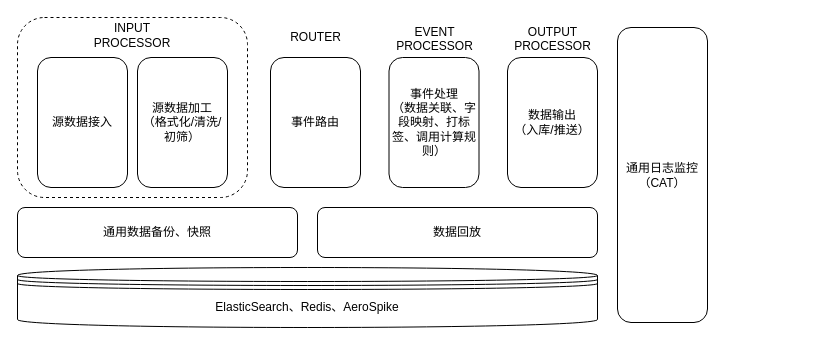
Earlier version of the draw.io diagram page "Page-2" (2 of 4) of 数据中台.drawio (michael0817/wing). Source tidied: cells renumbered, new cells numbered last; positions are measured from the earlier drawing's top-left corner, leaving out a move shared by most shapes. Both pictures are drawn from the tidied source at 100%, with x=0, y=0 at pixel (17, 17).
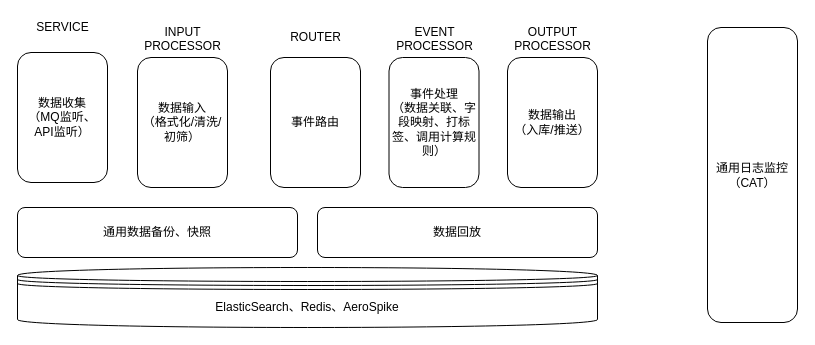
After the change.

Change to the diagram source:
```diff
@@
 <mxGraphModel>
   <root>
     <mxCell id="0" />
     <mxCell id="1" parent="0" />
-    <mxCell id="2" value="INPUT&lt;br&gt;PROCESSOR&lt;br&gt;&lt;br&gt;&lt;br&gt;&lt;br&gt;&lt;br&gt;&lt;br&gt;&lt;br&gt;&lt;br&gt;&lt;br&gt;&lt;br&gt;&lt;br&gt;" style="rounded=1;whiteSpace=wrap;html=1;dashed=1;" parent="1" vertex="1">
-      <mxGeometry width="230" height="180" as="geometry" />
-    </mxCell>
     <mxCell id="3" value="通用数据备份、快照" style="rounded=1;whiteSpace=wrap;html=1;" parent="1" vertex="1">
       <mxGeometry y="190" width="280" height="50" as="geometry" />
     </mxCell>
     <mxCell id="4" value="通用日志监控&lt;br&gt;（CAT）" style="rounded=1;whiteSpace=wrap;html=1;" parent="1" vertex="1">
-      <mxGeometry x="600" y="10" width="90" height="295" as="geometry" />
+      <mxGeometry x="690" y="10" width="90" height="295" as="geometry" />
     </mxCell>
-    <mxCell id="5" value="源数据加工&lt;br&gt;（格式化/清洗/初筛）" style="rounded=1;whiteSpace=wrap;html=1;" parent="1" vertex="1">
+    <mxCell id="5" value="数据输入&lt;br&gt;（格式化/清洗/初筛）" style="rounded=1;whiteSpace=wrap;html=1;" parent="1" vertex="1">
       <mxGeometry x="120" y="40" width="90" height="130" as="geometry" />
     </mxCell>
     <mxCell id="6" value="事件路由" style="rounded=1;whiteSpace=wrap;html=1;" parent="1" vertex="1">
       <mxGeometry x="253" y="40" width="90" height="130" as="geometry" />
     </mxCell>
     <mxCell id="7" value="数据输出&lt;br&gt;（入库/推送）" style="rounded=1;whiteSpace=wrap;html=1;" parent="1" vertex="1">
       <mxGeometry x="490" y="40" width="90" height="130" as="geometry" />
     </mxCell>
-    <mxCell id="8" value="源数据接入" style="rounded=1;whiteSpace=wrap;html=1;" parent="1" vertex="1">
-      <mxGeometry x="20" y="40" width="90" height="130" as="geometry" />
-    </mxCell>
     <mxCell id="9" value="事件处理&lt;br&gt;（数据关联、字段映射、打标签、调用计算规则）" style="rounded=1;whiteSpace=wrap;html=1;" parent="1" vertex="1">
       <mxGeometry x="371.5" y="40" width="90" height="130" as="geometry" />
     </mxCell>
     <mxCell id="10" value="ROUTER" style="text;html=1;align=center;verticalAlign=top;spacingTop=-4;" parent="1" vertex="1">
       <mxGeometry x="263" y="10" width="70" height="20" as="geometry" />
     </mxCell>
     <mxCell id="11" value="EVENT&lt;br&gt;PROCESSOR" style="text;html=1;align=center;verticalAlign=top;spacingTop=-4;" parent="1" vertex="1">
       <mxGeometry x="371.5" y="5" width="90" height="30" as="geometry" />
     </mxCell>
     <mxCell id="12" value="OUTPUT&lt;br&gt;PROCESSOR" style="text;html=1;align=center;verticalAlign=top;spacingTop=-4;" parent="1" vertex="1">
       <mxGeometry x="490" y="5" width="90" height="30" as="geometry" />
     </mxCell>
     <mxCell id="13" value="数据回放" style="rounded=1;whiteSpace=wrap;html=1;" parent="1" vertex="1">
       <mxGeometry x="300" y="190" width="280" height="50" as="geometry" />
     </mxCell>
     <mxCell id="14" value="ElasticSearch、Redis、AeroSpike" style="shape=datastore;whiteSpace=wrap;html=1;align=center;" parent="1" vertex="1">
       <mxGeometry y="250" width="580" height="60" as="geometry" />
     </mxCell>
+    <mxCell id="2" value="INPUT&lt;br&gt;PROCESSOR" style="text;html=1;align=center;verticalAlign=top;spacingTop=-4;" parent="1" vertex="1">
+      <mxGeometry x="120" y="5" width="90" height="30" as="geometry" />
+    </mxCell>
+    <mxCell id="15" value="数据收集&lt;br&gt;（MQ监听、&lt;br&gt;API监听）" style="rounded=1;whiteSpace=wrap;html=1;" parent="1" vertex="1">
+      <mxGeometry y="35" width="90" height="130" as="geometry" />
+    </mxCell>
+    <mxCell id="16" value="SERVICE" style="text;html=1;align=center;verticalAlign=top;spacingTop=-4;" parent="1" vertex="1">
+      <mxGeometry x="10" width="70" height="20" as="geometry" />
+    </mxCell>
   </root>
 </mxGraphModel>
```
